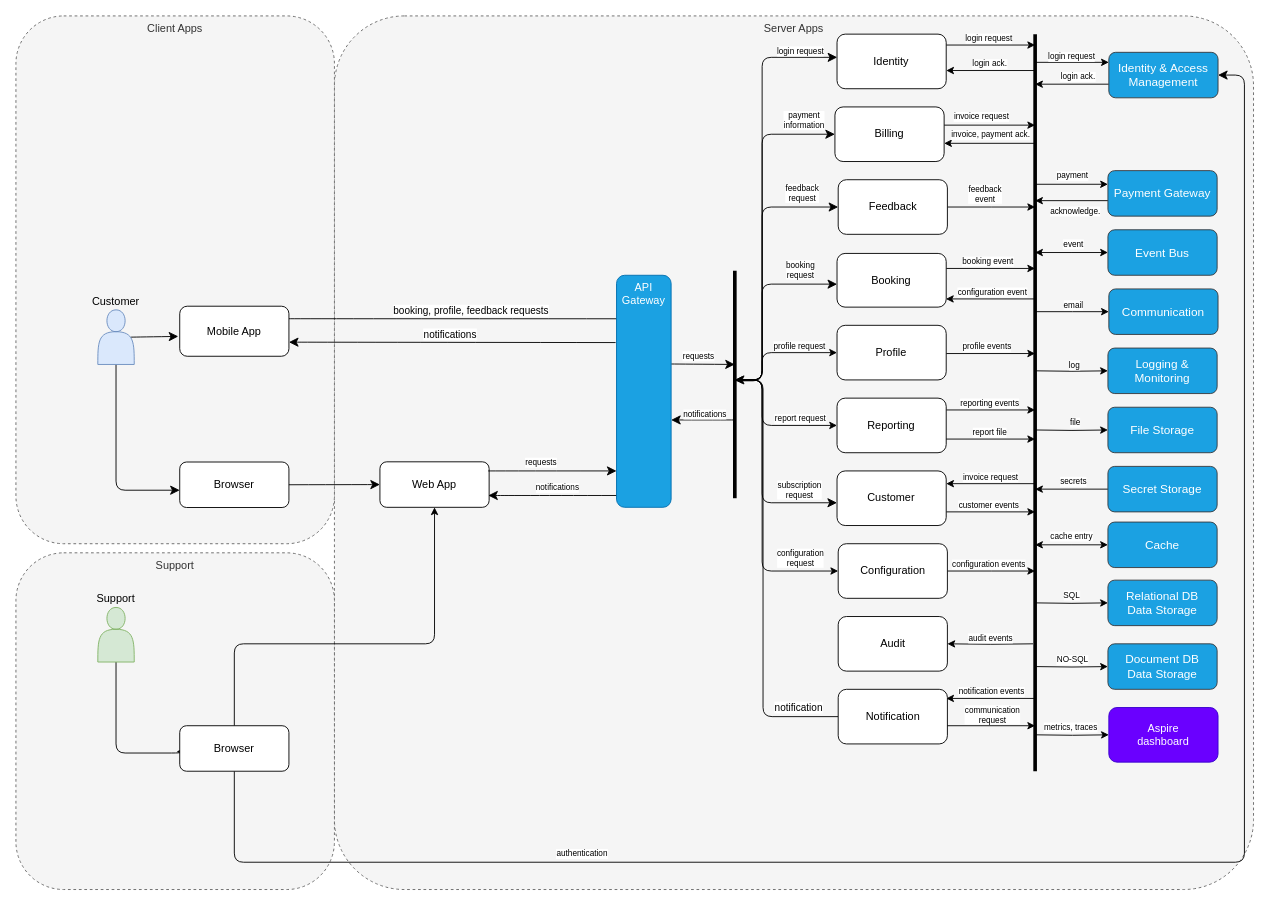
RobertVejvoda/FPS keeps this draw.io diagram as page "application-arch-1" (3 of 32) of docs/fps.drawio. Above is the earlier version. Source tidied: cells renumbered, new cells numbered last; positions are measured from the earlier drawing's top-left corner, leaving out a move shared by most shapes. Both pictures are drawn from the tidied source at 91%, with x=0, y=0 at pixel (15, 15).
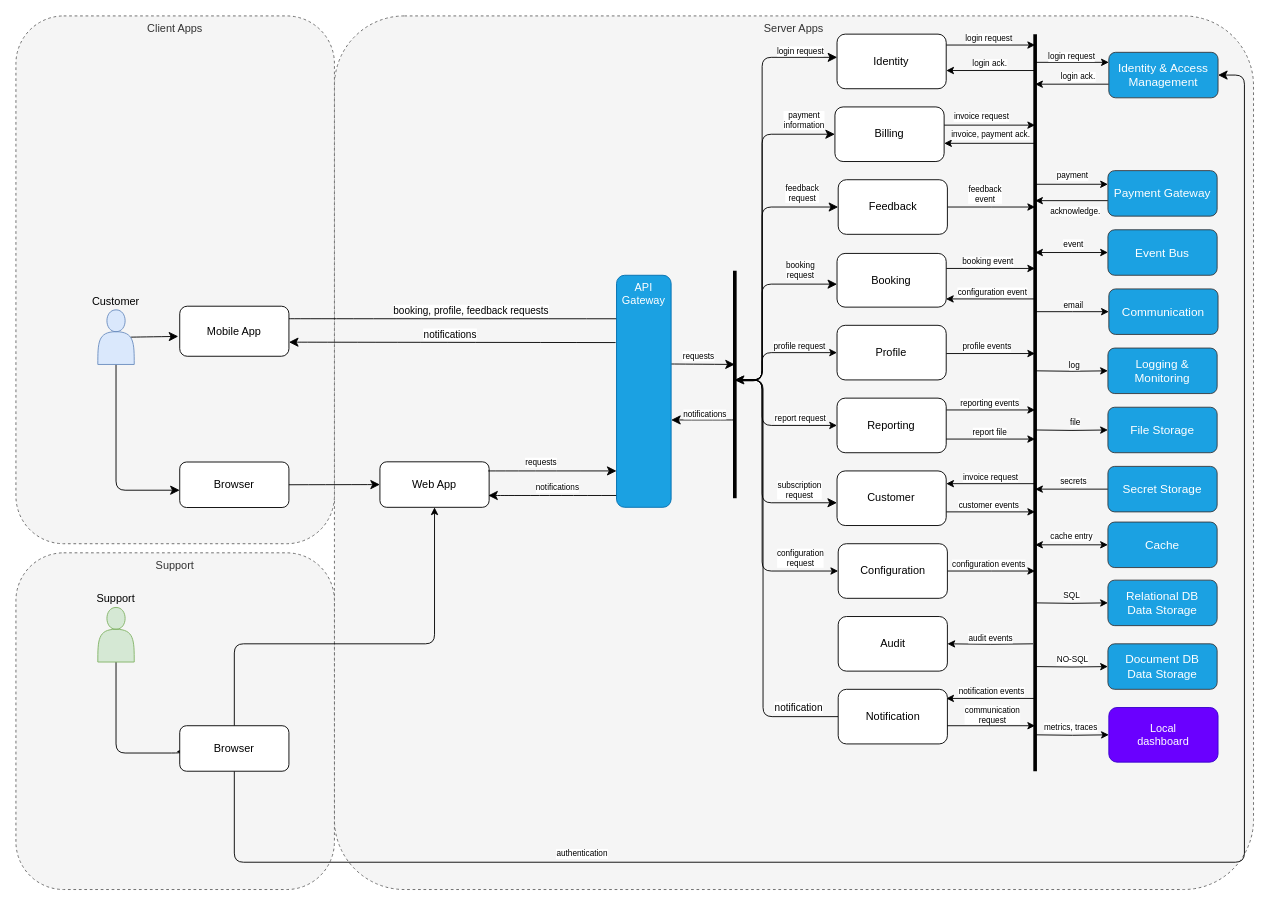
Above is the later version.

Commit message (it also covers changes not shown here):
docs: remove Aspire references (#280)

What changed in the source:
```diff
@@
-    <mxCell id="123" value="Aspire &lt;br&gt;dashboard" style="rounded=1;whiteSpace=wrap;html=1;fillColor=#6a00ff;fontColor=#ffffff;strokeColor=#3700CC;" parent="5" vertex="1">
+    <mxCell id="123" value="Local&lt;br&gt;dashboard" style="rounded=1;whiteSpace=wrap;html=1;fillColor=#6a00ff;fontColor=#ffffff;strokeColor=#3700CC;" parent="5" vertex="1">
       <mxGeometry x="1201" y="760" width="120" height="60" as="geometry" />
     </mxCell>
```
